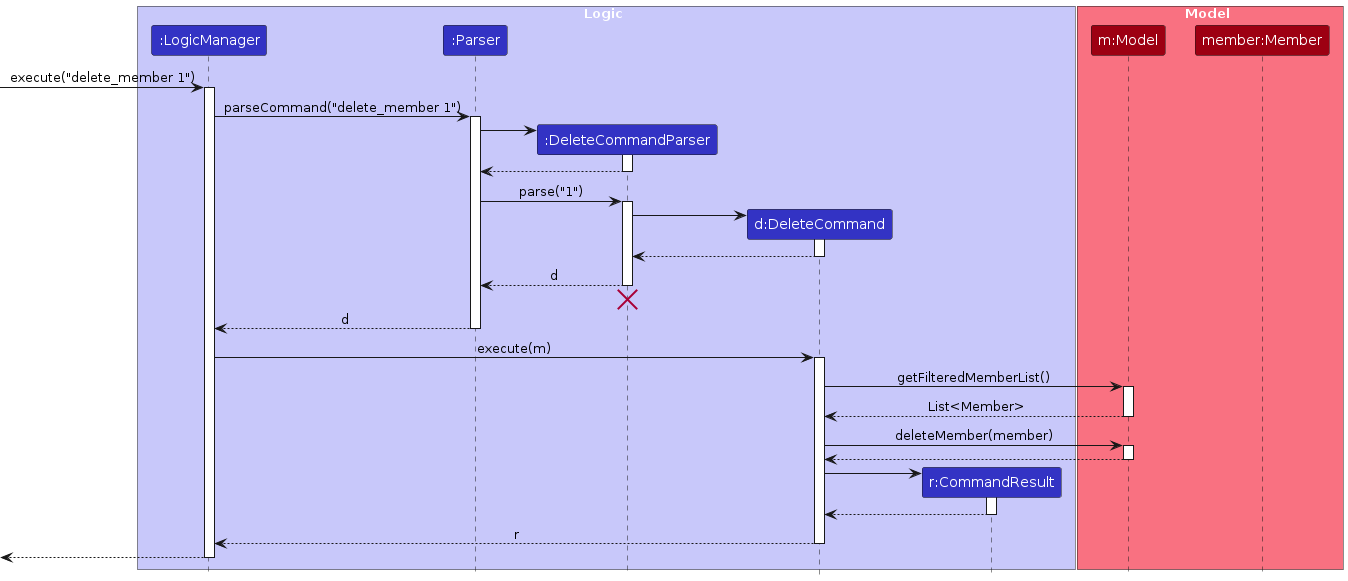
Above: diagrams/DeleteSequenceDiagram.png in AY2425S1-CS2103T-W14-3/tp (PlantUML), before the change. Its source is kept beside it as diagrams/DeleteSequenceDiagram.puml.
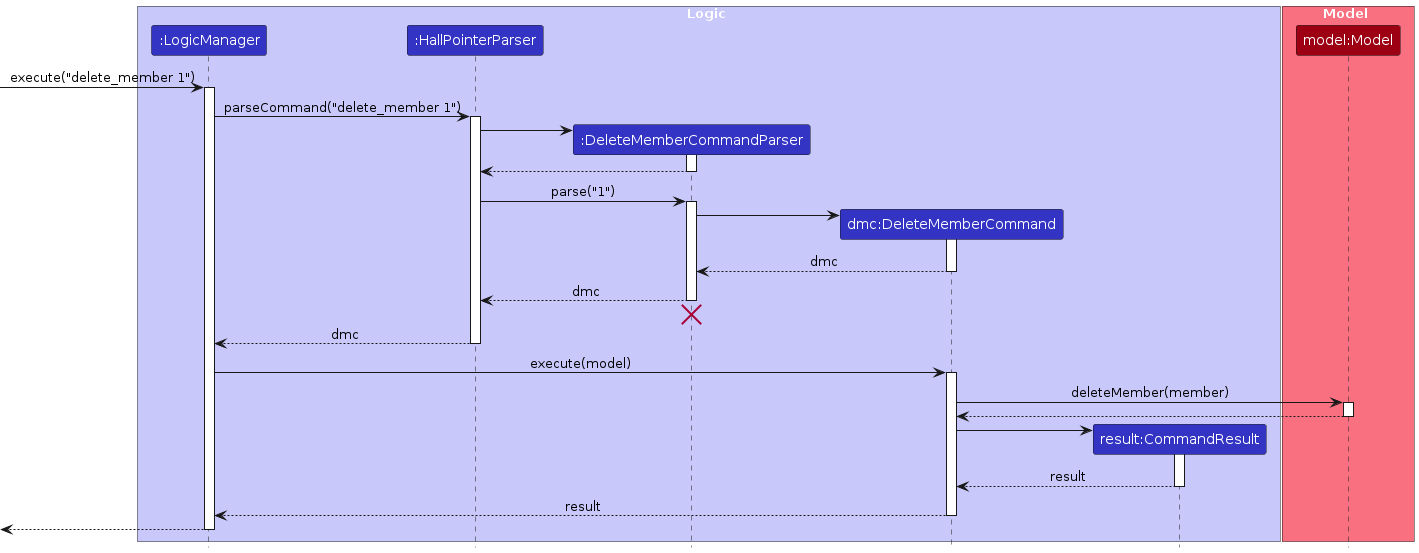
The same diagram one commit later.

Diff of the diagram source:
```diff
@@ -4,15 +4,14 @@
 
 box Logic LOGIC_COLOR_T1
 participant ":LogicManager" as LogicManager LOGIC_COLOR
-participant ":Parser" as Parser LOGIC_COLOR
-participant ":DeleteCommandParser" as DeleteCommandParser LOGIC_COLOR
-participant "d:DeleteCommand" as DeleteCommand LOGIC_COLOR
-participant "r:CommandResult" as CommandResult LOGIC_COLOR
+participant ":HallPointerParser" as Parser LOGIC_COLOR
+participant ":DeleteMemberCommandParser" as DeleteMemberCommandParser LOGIC_COLOR
+participant "dmc:DeleteMemberCommand" as DeleteMemberCommand LOGIC_COLOR
+participant "result:CommandResult" as CommandResult LOGIC_COLOR
 end box
 
 box Model MODEL_COLOR_T1
-participant "m:Model" as Model MODEL_COLOR
-participant "member:Member" as Member MODEL_COLOR
+participant "model:Model" as Model MODEL_COLOR
 end box
 
 [-> LogicManager : execute("delete_member 1")
@@ -21,56 +20,50 @@
 LogicManager -> Parser : parseCommand("delete_member 1")
 activate Parser
 
-create DeleteCommandParser
-Parser -> DeleteCommandParser
-activate DeleteCommandParser
+create DeleteMemberCommandParser
+Parser -> DeleteMemberCommandParser
+activate DeleteMemberCommandParser
 
-DeleteCommandParser --> Parser
-deactivate DeleteCommandParser
+DeleteMemberCommandParser --> Parser
+deactivate DeleteMemberCommandParser
 
-Parser -> DeleteCommandParser : parse("1")
-activate DeleteCommandParser
+Parser -> DeleteMemberCommandParser : parse("1")
+activate DeleteMemberCommandParser
 
-create DeleteCommand
-DeleteCommandParser -> DeleteCommand
-activate DeleteCommand
+create DeleteMemberCommand
+DeleteMemberCommandParser -> DeleteMemberCommand
+activate DeleteMemberCommand
 
-DeleteCommand --> DeleteCommandParser :
-deactivate DeleteCommand
+DeleteMemberCommand --> DeleteMemberCommandParser : dmc
+deactivate DeleteMemberCommand
 
-DeleteCommandParser --> Parser : d
-deactivate DeleteCommandParser
-DeleteCommandParser -[hidden]-> Parser
-destroy DeleteCommandParser
+DeleteMemberCommandParser --> Parser : dmc
+deactivate DeleteMemberCommandParser
+DeleteMemberCommandParser -[hidden]-> Parser
+destroy DeleteMemberCommandParser
 
-Parser --> LogicManager : d
+Parser --> LogicManager : dmc
 deactivate Parser
 
-LogicManager -> DeleteCommand : execute(m)
-activate DeleteCommand
+LogicManager -> DeleteMemberCommand : execute(model)
+activate DeleteMemberCommand
 
-DeleteCommand -> Model : getFilteredMemberList()
+DeleteMemberCommand -> Model : deleteMember(member)
 activate Model
 
-Model --> DeleteCommand : List<Member>
-deactivate Model
-
-DeleteCommand -> Model : deleteMember(member)
-activate Model
-
-Model --> DeleteCommand
+Model --> DeleteMemberCommand
 deactivate Model
 
 create CommandResult
-DeleteCommand -> CommandResult
+DeleteMemberCommand -> CommandResult
 activate CommandResult
 
-CommandResult --> DeleteCommand
+CommandResult --> DeleteMemberCommand : result
 deactivate CommandResult
 
-DeleteCommand --> LogicManager : r
-deactivate DeleteCommand
+DeleteMemberCommand --> LogicManager : result
+deactivate DeleteMemberCommand
 
-[<--LogicManager
+[<-- LogicManager
 deactivate LogicManager
 @enduml
```
